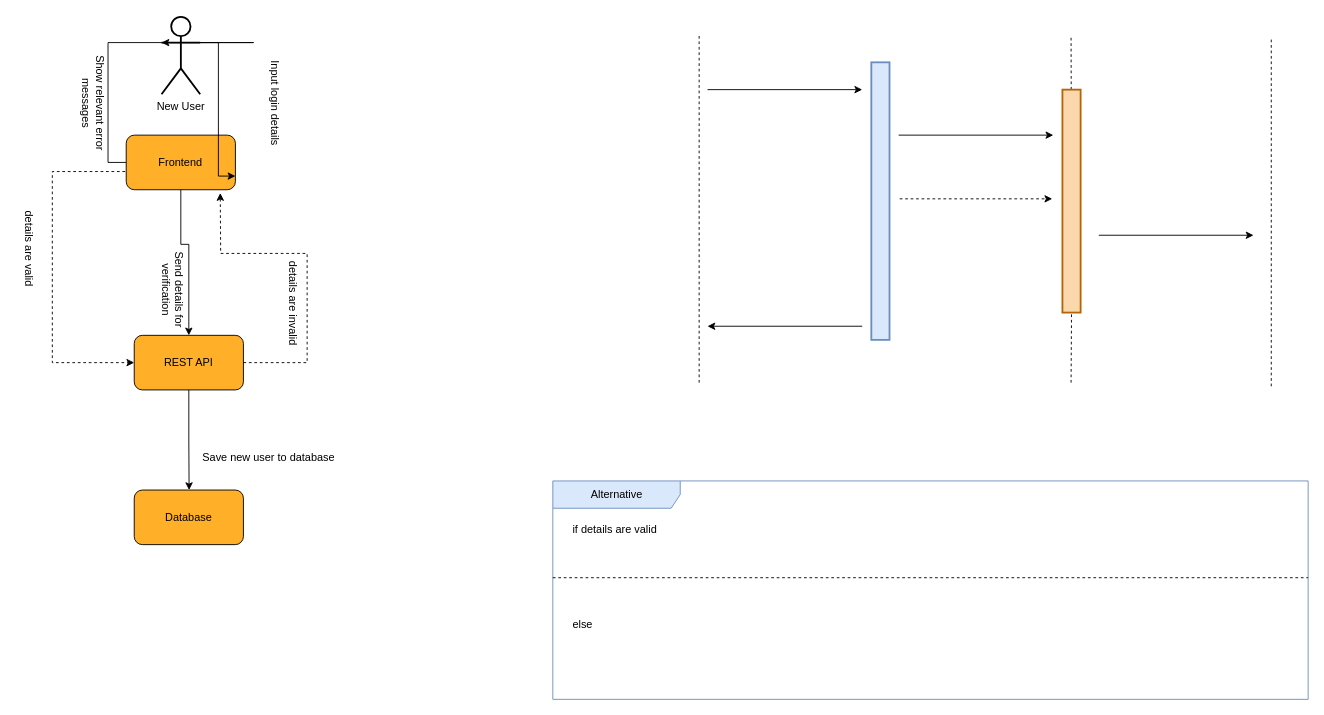
usman1100/fyp-documentation keeps this draw.io diagram as diagrams/collaboration/cd-01.drawio. Above is the earlier version. Source tidied: cells renumbered, new cells numbered last; positions are measured from the earlier drawing's top-left corner, leaving out a move shared by most shapes. Both pictures are drawn from the tidied source at 91%, with x=0, y=0 at pixel (-39, 16).
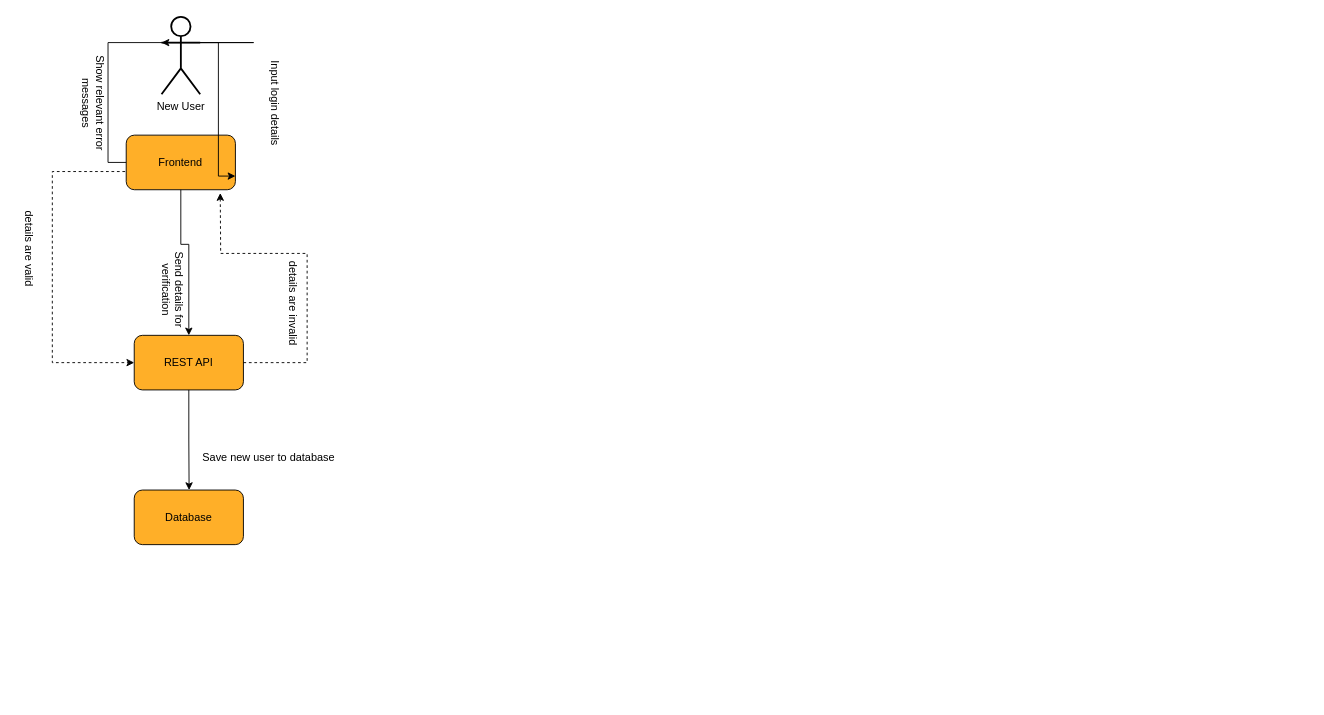
Above is the later version.

Commit message (it also covers changes not shown here):
Fixed collab diagram 1

Diff of the diagram source:
```diff
@@
-    <mxCell id="8" style="endArrow=none;dashed=1;html=1;rounded=0;entryX=0.5;entryY=1;entryDx=0;entryDy=0;jumpSize=6;strokeWidth=1;startArrow=none;fontSize=12;" parent="1" edge="1" source="23">
-      <mxGeometry relative="1" as="geometry">
-        <mxPoint x="1219.5" y="20" as="targetPoint" />
-      </mxGeometry>
-    </mxCell>
@@
-    <mxCell id="11" style="endArrow=none;dashed=1;html=1;rounded=0;entryX=0.5;entryY=1;entryDx=0;entryDy=0;jumpSize=6;strokeWidth=1;fontSize=12;" parent="1" edge="1">
-      <mxGeometry relative="1" as="geometry">
-        <mxPoint x="810.8" y="402" as="sourcePoint" />
-        <mxPoint x="810.8" y="20" as="targetPoint" />
-      </mxGeometry>
-    </mxCell>
-    <mxCell id="12" style="endArrow=classic;html=1;rounded=0;strokeWidth=1;jumpSize=6;fontSize=12;" parent="1" edge="1">
-      <mxGeometry relative="1" as="geometry">
-        <mxPoint x="820" y="80" as="sourcePoint" />
-        <mxPoint x="990" y="80" as="targetPoint" />
-      </mxGeometry>
-    </mxCell>
@@
-    <mxCell id="14" style="endArrow=classic;html=1;rounded=0;strokeWidth=1;jumpSize=6;fontSize=12;" parent="1" edge="1">
-      <mxGeometry relative="1" as="geometry">
-        <mxPoint x="1030" y="130" as="sourcePoint" />
-        <mxPoint x="1200" y="130" as="targetPoint" />
-      </mxGeometry>
-    </mxCell>
@@
-    <mxCell id="16" style="endArrow=classic;html=1;rounded=0;strokeWidth=1;jumpSize=6;dashed=1;fontSize=12;" parent="1" edge="1">
-      <mxGeometry relative="1" as="geometry">
-        <mxPoint x="1031.2" y="200" as="sourcePoint" />
-        <mxPoint x="1198.8" y="200" as="targetPoint" />
-      </mxGeometry>
-    </mxCell>
@@
-    <mxCell id="20" style="endArrow=classic;html=1;rounded=0;strokeWidth=1;jumpSize=6;fontSize=12;" parent="1" edge="1">
-      <mxGeometry relative="1" as="geometry">
-        <mxPoint x="990" y="340" as="sourcePoint" />
-        <mxPoint x="820" y="340" as="targetPoint" />
-      </mxGeometry>
-    </mxCell>
@@
-    <mxCell id="22" style="rounded=0;whiteSpace=wrap;html=1;fontSize=12;strokeWidth=2;fillColor=#dae8fc;strokeColor=#6c8ebf;" parent="1" vertex="1">
-      <mxGeometry x="1000" y="50" width="20" height="305" as="geometry" />
-    </mxCell>
-    <mxCell id="23" style="rounded=0;whiteSpace=wrap;html=1;fontSize=12;strokeWidth=2;fillColor=#fad7ac;strokeColor=#b46504;" parent="1" vertex="1">
-      <mxGeometry x="1210" y="80" width="20" height="245" as="geometry" />
-    </mxCell>
-    <mxCell id="24" style="endArrow=none;dashed=1;html=1;rounded=0;entryX=0.5;entryY=1;entryDx=0;entryDy=0;jumpSize=6;strokeWidth=1;fontSize=12;" parent="1" edge="1" target="23">
-      <mxGeometry relative="1" as="geometry">
-        <mxPoint x="1219.5" y="402" as="sourcePoint" />
-      </mxGeometry>
-    </mxCell>
@@
-    <mxCell id="28" style="endArrow=none;dashed=1;html=1;rounded=0;entryX=0.5;entryY=1;entryDx=0;entryDy=0;jumpSize=6;strokeWidth=1;fontSize=12;" parent="1" edge="1">
-      <mxGeometry relative="1" as="geometry">
-        <mxPoint x="1439.5" y="406" as="sourcePoint" />
-        <mxPoint x="1439.5" y="24" as="targetPoint" />
-      </mxGeometry>
-    </mxCell>
-    <mxCell id="29" style="endArrow=classic;html=1;rounded=0;strokeWidth=1;jumpSize=6;fontSize=12;" parent="1" edge="1">
-      <mxGeometry relative="1" as="geometry">
-        <mxPoint x="1250" y="240" as="sourcePoint" />
-        <mxPoint x="1420" y="240" as="targetPoint" />
-      </mxGeometry>
-    </mxCell>
@@
-    <mxCell id="31" value="Alternative" style="shape=umlFrame;tabWidth=110;tabHeight=30;tabPosition=left;html=1;boundedLbl=1;labelInHeader=1;width=140;height=30;fillColor=#dae8fc;fontSize=12;strokeWidth=1;strokeColor=#6c8ebf;" parent="1" vertex="1">
-      <mxGeometry x="650" y="510" width="830" height="240" as="geometry" />
-    </mxCell>
-    <mxCell id="32" value="if details are valid" style="text;fillColor=none;fontSize=12;" parent="31" vertex="1">
-      <mxGeometry width="100" height="20" relative="1" as="geometry">
-        <mxPoint x="20" y="40" as="offset" />
-      </mxGeometry>
-    </mxCell>
-    <mxCell id="33" value="else" style="line;strokeWidth=1;dashed=1;labelPosition=center;verticalLabelPosition=bottom;align=left;verticalAlign=top;spacingLeft=20;spacingTop=15;fillColor=none;fontSize=12;" parent="31" vertex="1">
-      <mxGeometry y="83.1" width="830" height="46.5" as="geometry" />
-    </mxCell>
```
